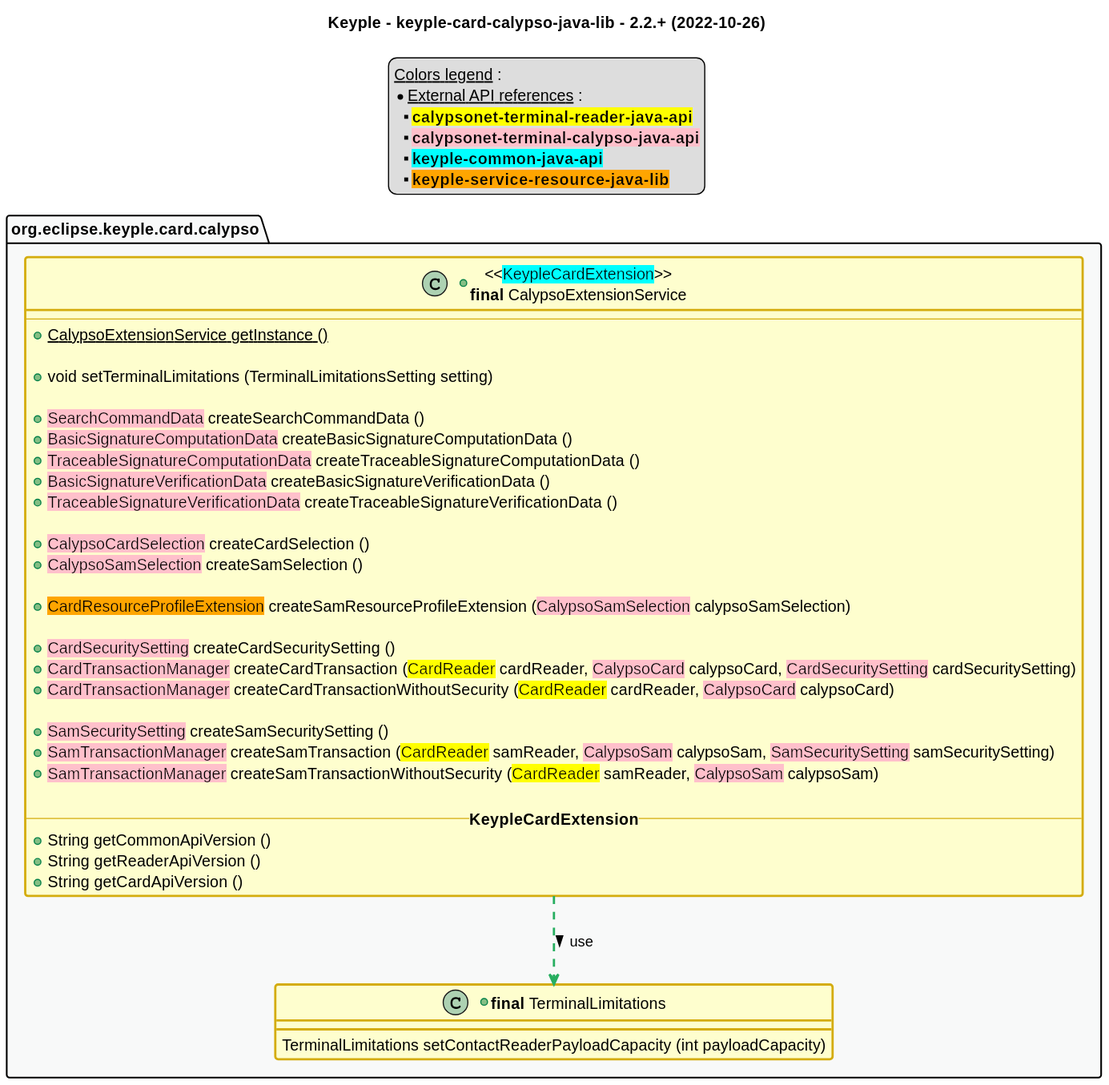
eclipse-keyple/keyple-card-calypso-java-lib keeps this PlantUML diagram as src/main/uml/api_class_diagram.svg. Above is the earlier version.
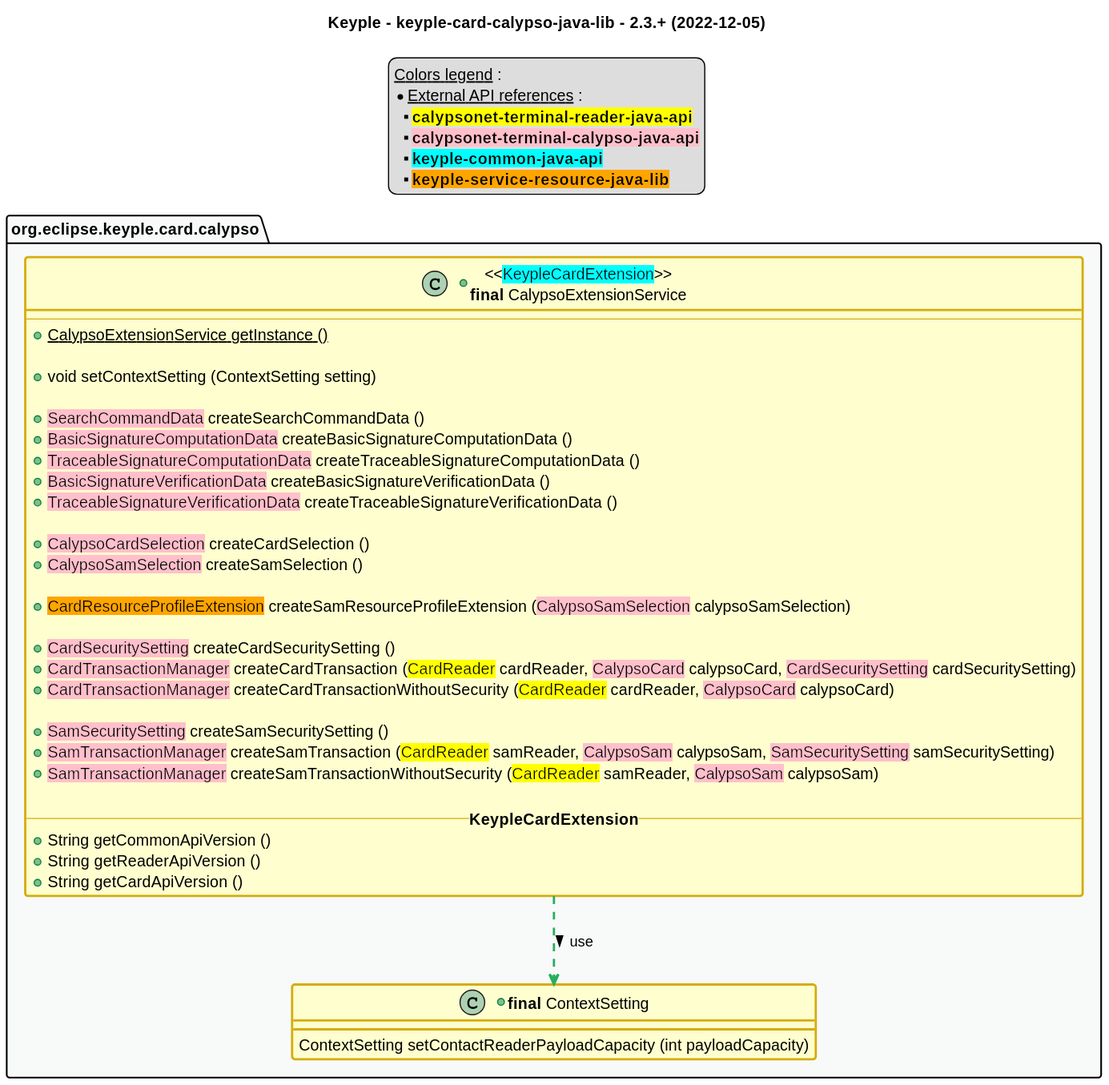
After the commit.

Change to the diagram source:
```diff
@@ -1,6 +1,6 @@
 @startuml
 title
-    Keyple - keyple-card-calypso-java-lib - 2.2.+ (2022-10-26)
+    Keyple - keyple-card-calypso-java-lib - 2.3.+ (2022-12-05)
 end title
 
 
@@ -54,7 +54,7 @@
         --
         +{static} CalypsoExtensionService getInstance ()
 
-        +void setTerminalLimitations (TerminalLimitationsSetting setting)
+        +void setContextSetting (ContextSetting setting)
 
         +<back:pink>SearchCommandData</back> createSearchCommandData ()
         +<back:pink>BasicSignatureComputationData</back> createBasicSignatureComputationData ()
@@ -81,12 +81,12 @@
         +String getCardApiVersion ()
     }
 
-    +class "**final** TerminalLimitations" as TerminalLimitations {
-        TerminalLimitations setContactReaderPayloadCapacity (int payloadCapacity)
+    +class "**final** ContextSetting" as ContextSetting {
+        ContextSetting setContactReaderPayloadCapacity (int payloadCapacity)
     }
 }
 
-CalypsoExtensionService ..> TerminalLimitations #C_USE : use >
+CalypsoExtensionService ..> ContextSetting #C_USE : use >
 
 
 
```
